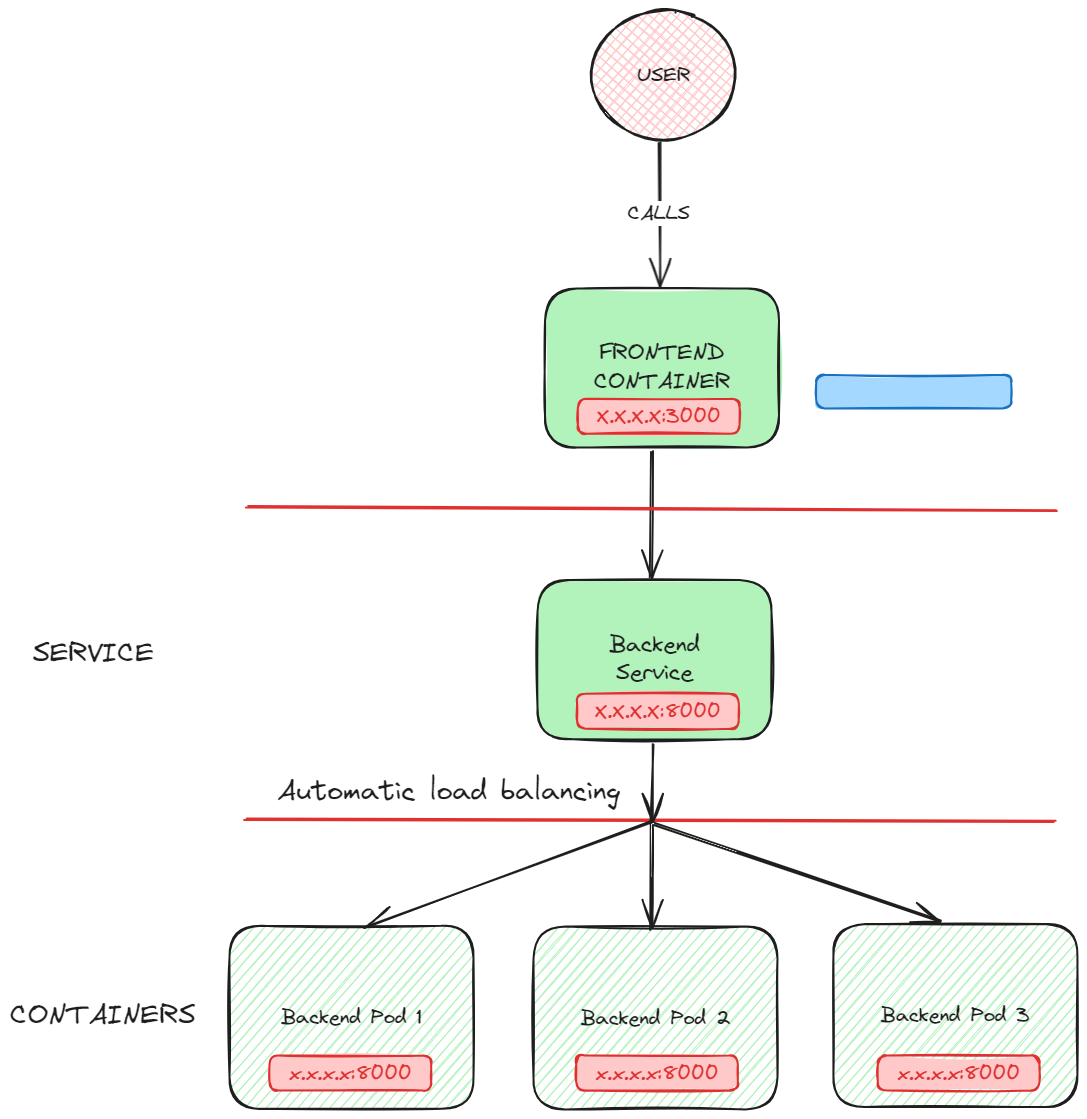
The Excalidraw diagram certification/3-servicing-and-networking/diagrams/2.practice-services.excalidraw.png in albertoig/cka-certification, before a commit. Source tidied: one line per element, renumbered; positions are measured from the earlier drawing's top-left corner, leaving out a move shared by most shapes.
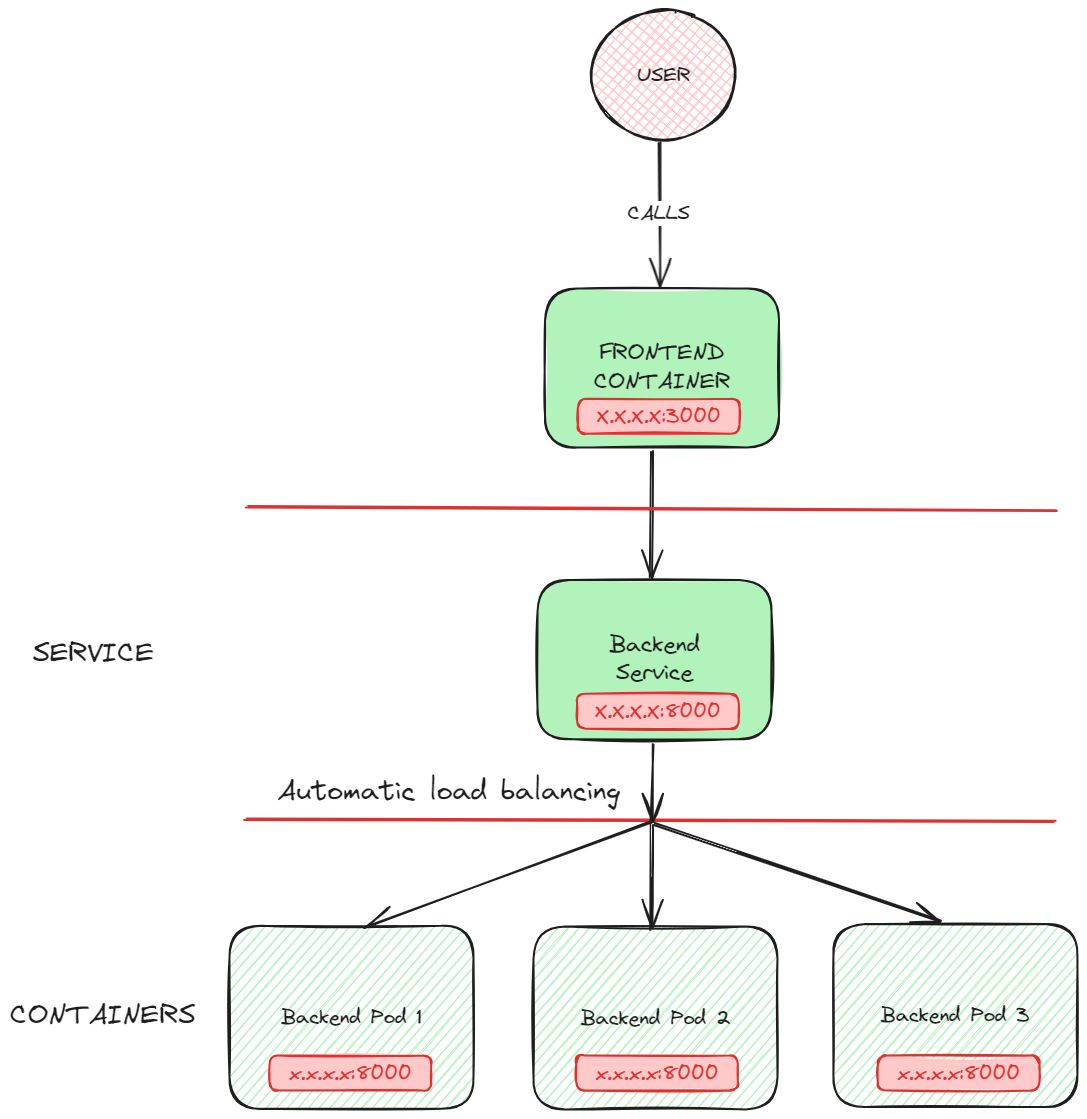
Above is the later version.

The edit, as a diff of the source:
```diff
@@ -32,5 +32,3 @@
 {"id": 31, "type": "text", "text": "USER", "strokeColor": "#1e1e1e", "strokeWidth": 2, "roughness": 1, "fontSize": 20, "fontFamily": 1, "textAlign": "center", "verticalAlign": "middle", "inside": 30, "x": 627, "y": 53, "width": 53, "height": 25}
 {"id": 32, "type": "arrow", "strokeColor": "#1e1e1e", "backgroundColor": "#ffc9c9", "fillStyle": "cross-hatch", "strokeWidth": 2, "roughness": 1, "endArrowhead": "arrow", "round": true, "from": 30, "to": 24, "x": 649, "y": 132, "width": 0, "height": 143, "points": [[0, 0], [0, 143]]}
 {"id": 33, "type": "text", "text": "CALLS", "strokeColor": "#1e1e1e", "backgroundColor": "#ffc9c9", "fillStyle": "cross-hatch", "strokeWidth": 2, "roughness": 1, "fontSize": 20, "fontFamily": 1, "textAlign": "center", "verticalAlign": "middle", "inside": 32, "x": 612, "y": 218, "width": 62, "height": 25}
-{"id": 34, "type": "text", "text": "bankend_url=10.0.0.1", "strokeColor": "#1e1e1e", "backgroundColor": "#a5d8ff", "fillStyle": "solid", "strokeWidth": 2, "roughness": 2, "fontSize": 17.27, "fontFamily": 1, "x": 817, "y": 373, "width": 170, "height": 22}
-{"id": 35, "type": "rectangle", "strokeColor": "#1971c2", "backgroundColor": "#a5d8ff", "fillStyle": "solid", "strokeWidth": 2, "roughness": 1, "round": true, "x": 806, "y": 365, "width": 195, "height": 34}
```
